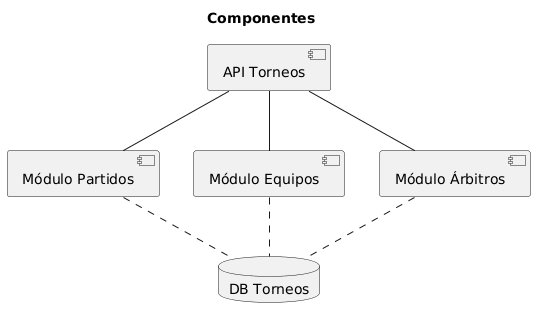
This is modeling-and-docs/uml/export/component.png from Cfabiola25/siget, a PlantUML export, as it was before one commit. Its diagram source:
```plantuml
@startuml
title Componentes
component "API Torneos" as API
component "Módulo Partidos" as CMP
component "Módulo Equipos" as CTE
component "Módulo Árbitros" as CAR
database "DB Torneos" as DB

API -- CMP
API -- CTE
API -- CAR
CMP .. DB
CTE .. DB
CAR .. DB
@enduml
```
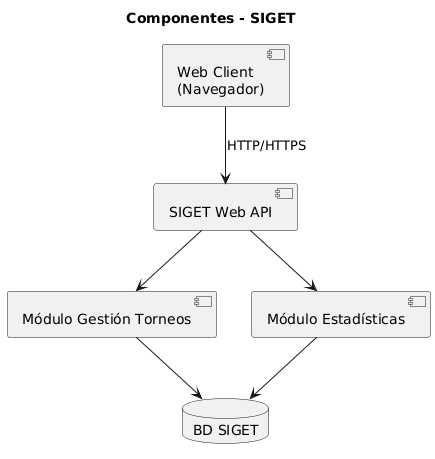
After the change.

Change to the diagram source:
```diff
@@ -1,15 +1,15 @@
 @startuml
-title Componentes
-component "API Torneos" as API
-component "Módulo Partidos" as CMP
-component "Módulo Equipos" as CTE
-component "Módulo Árbitros" as CAR
-database "DB Torneos" as DB
+title Componentes - SIGET
 
-API -- CMP
-API -- CTE
-API -- CAR
-CMP .. DB
-CTE .. DB
-CAR .. DB
+component "Web Client\n(Navegador)" as Web
+component "SIGET Web API" as API
+component "Módulo Gestión Torneos" as Torneos
+component "Módulo Estadísticas" as Stats
+database "BD SIGET" as DB
+
+Web --> API : HTTP/HTTPS
+API --> Torneos
+API --> Stats
+Torneos --> DB
+Stats --> DB
 @enduml
```
